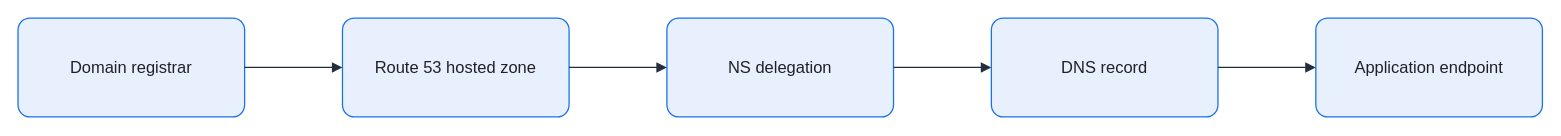
Earlier version of the draw.io diagram assets/img/aws/route53-dns-record-resolution.drawio (KKamJi98/kkamji98.github.io). Source tidied: cells renumbered, new cells numbered last; positions are measured from the earlier drawing's top-left corner, leaving out a move shared by most shapes. Both pictures are drawn from the tidied source at 103%, with x=0, y=0 at pixel (18, 18).
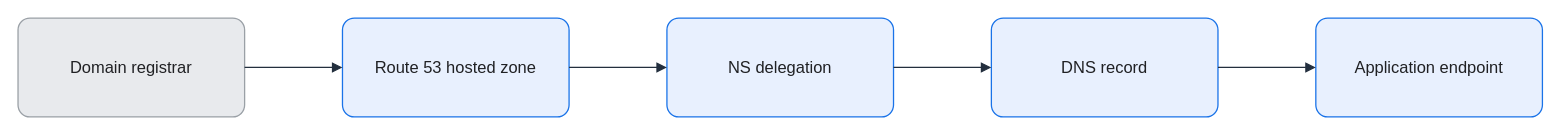
The same page after the edit.

Change to the diagram source:
```diff
@@
 <mxGraphModel background="#FFFFFF">
   <root>
     <mxCell id="0" />
     <mxCell id="1" parent="0" />
-    <mxCell id="2" value="Domain registrar" style="rounded=1;arcSize=12;whiteSpace=wrap;html=0;fillColor=#E8F0FE;strokeColor=#1A73E8;strokeWidth=1.25;fontColor=#202124;fontSize=16;align=center;verticalAlign=middle;spacing=8;shadow=0;" parent="1" vertex="1">
+    <mxCell id="2" value="Domain registrar" style="rounded=1;arcSize=12;whiteSpace=wrap;html=0;fillColor=#E8EAED;strokeColor=#9AA0A6;strokeWidth=1.25;fontColor=#202124;fontSize=16;align=center;verticalAlign=middle;spacing=8;shadow=0;" parent="1" vertex="1">
       <mxGeometry width="220" height="96" as="geometry" />
     </mxCell>
     <mxCell id="3" value="Route 53 hosted zone" style="rounded=1;arcSize=12;whiteSpace=wrap;html=0;fillColor=#E8F0FE;strokeColor=#1A73E8;strokeWidth=1.25;fontColor=#202124;fontSize=16;align=center;verticalAlign=middle;spacing=8;shadow=0;" parent="1" vertex="1">
       <mxGeometry x="315" width="220" height="96" as="geometry" />
     </mxCell>
     <mxCell id="4" value="NS delegation" style="rounded=1;arcSize=12;whiteSpace=wrap;html=0;fillColor=#E8F0FE;strokeColor=#1A73E8;strokeWidth=1.25;fontColor=#202124;fontSize=16;align=center;verticalAlign=middle;spacing=8;shadow=0;" parent="1" vertex="1">
       <mxGeometry x="630" width="220" height="96" as="geometry" />
     </mxCell>
     <mxCell id="5" value="DNS record" style="rounded=1;arcSize=12;whiteSpace=wrap;html=0;fillColor=#E8F0FE;strokeColor=#1A73E8;strokeWidth=1.25;fontColor=#202124;fontSize=16;align=center;verticalAlign=middle;spacing=8;shadow=0;" parent="1" vertex="1">
       <mxGeometry x="945" width="220" height="96" as="geometry" />
     </mxCell>
     <mxCell id="6" value="Application endpoint" style="rounded=1;arcSize=12;whiteSpace=wrap;html=0;fillColor=#E8F0FE;strokeColor=#1A73E8;strokeWidth=1.25;fontColor=#202124;fontSize=16;align=center;verticalAlign=middle;spacing=8;shadow=0;" parent="1" vertex="1">
       <mxGeometry x="1260" width="220" height="96" as="geometry" />
     </mxCell>
     <mxCell id="7" style="edgeStyle=orthogonalEdgeStyle;rounded=0;jettySize=auto;html=0;endArrow=block;endFill=1;strokeColor=#232F3E;strokeWidth=1.25;fontColor=#202124;labelBackgroundColor=none;exitX=1;exitY=0.5;exitDx=0;exitDy=0;entryX=0;entryY=0.5;entryDx=0;entryDy=0;endSize=7;" parent="1" edge="1" source="2" target="3">
       <mxGeometry relative="1" as="geometry" />
     </mxCell>
     <mxCell id="8" style="edgeStyle=orthogonalEdgeStyle;rounded=0;jettySize=auto;html=0;endArrow=block;endFill=1;strokeColor=#232F3E;strokeWidth=1.25;fontColor=#202124;labelBackgroundColor=none;exitX=1;exitY=0.5;exitDx=0;exitDy=0;entryX=0;entryY=0.5;entryDx=0;entryDy=0;endSize=7;" parent="1" edge="1" source="3" target="4">
       <mxGeometry relative="1" as="geometry" />
     </mxCell>
     <mxCell id="9" style="edgeStyle=orthogonalEdgeStyle;rounded=0;jettySize=auto;html=0;endArrow=block;endFill=1;strokeColor=#232F3E;strokeWidth=1.25;fontColor=#202124;labelBackgroundColor=none;exitX=1;exitY=0.5;exitDx=0;exitDy=0;entryX=0;entryY=0.5;entryDx=0;entryDy=0;endSize=7;" parent="1" edge="1" source="4" target="5">
       <mxGeometry relative="1" as="geometry" />
     </mxCell>
     <mxCell id="10" style="edgeStyle=orthogonalEdgeStyle;rounded=0;jettySize=auto;html=0;endArrow=block;endFill=1;strokeColor=#232F3E;strokeWidth=1.25;fontColor=#202124;labelBackgroundColor=none;exitX=1;exitY=0.5;exitDx=0;exitDy=0;entryX=0;entryY=0.5;entryDx=0;entryDy=0;endSize=7;" parent="1" edge="1" source="5" target="6">
       <mxGeometry relative="1" as="geometry" />
     </mxCell>
   </root>
 </mxGraphModel>
```
